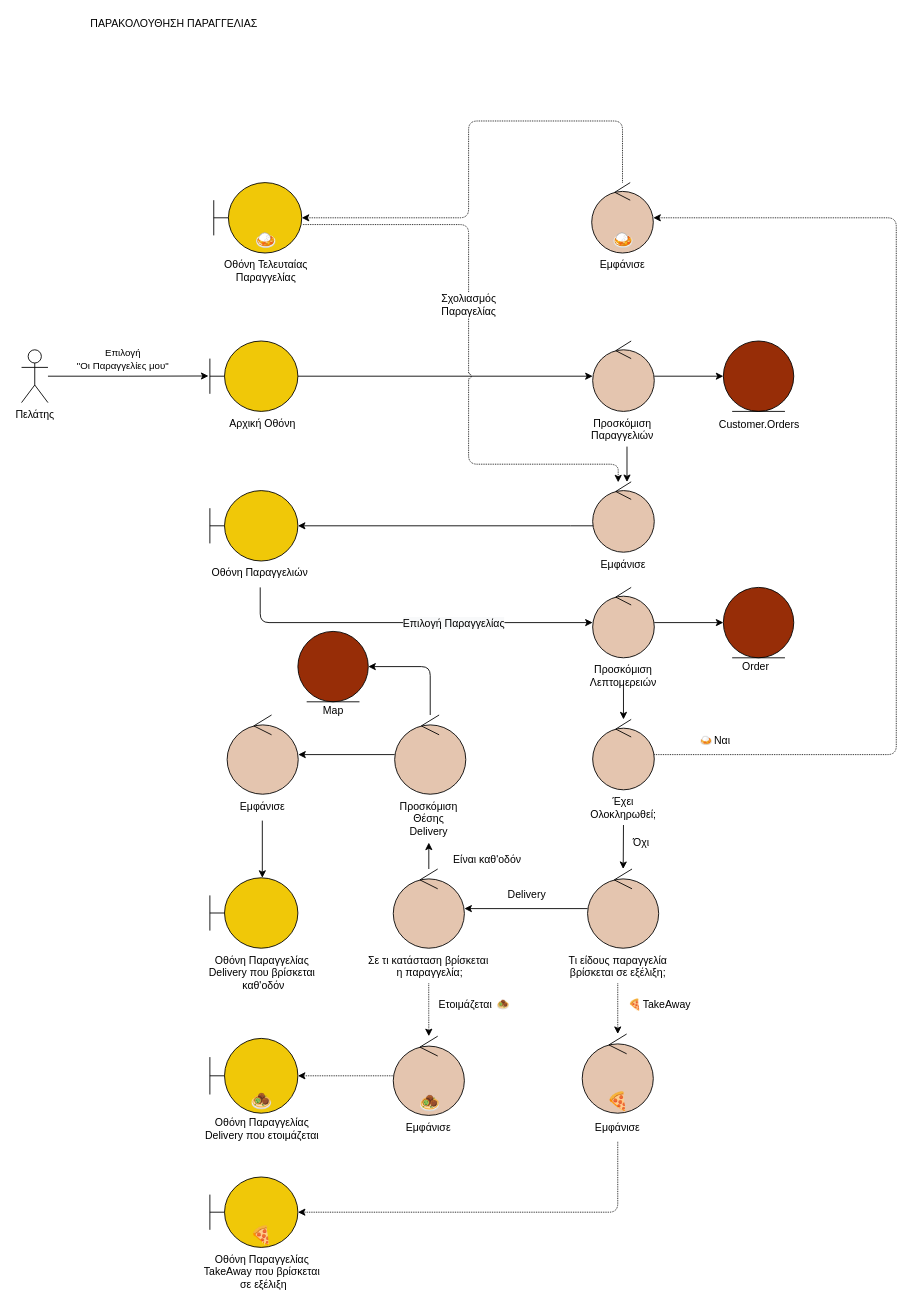
The draw.io diagram docs/contributions/itsikelis/Phase 5/After Order Revamp/robustness-v0.3-customer-after-order.drawio in iloudaros/nomnomr, before the edit. Source tidied: cells renumbered, new cells numbered last; positions are measured from the earlier drawing's top-left corner, leaving out a move shared by most shapes. Both pictures are drawn from the tidied source at 88%, with x=0, y=0 at pixel (21, 15).
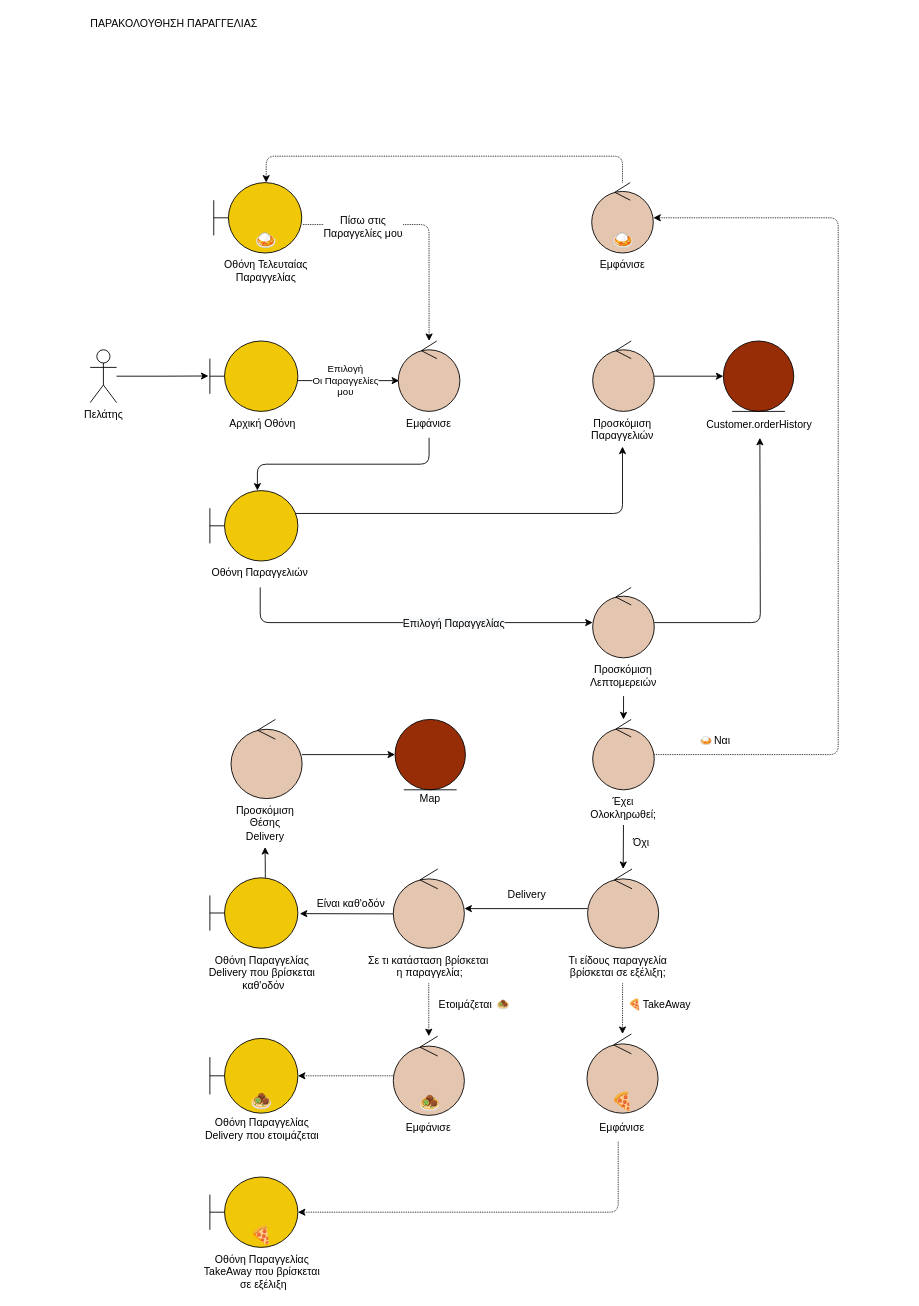
The same diagram, later.

Unchanged cells that the change refers to:
```xml
<mxCell id="2" style="rounded=0;jettySize=auto;html=1;entryX=-0.016;entryY=0.497;entryDx=0;entryDy=0;entryPerimeter=0;elbow=vertical;edgeStyle=orthogonalEdgeStyle;" parent="1" edge="1" source="4" target="6">
  <mxGeometry relative="1" as="geometry" />
</mxCell>
<mxCell id="6" style="shape=umlBoundary;whiteSpace=wrap;html=1;fillColor=#F0C808;strokeColor=#000000;" parent="1" vertex="1">
  <mxGeometry x="214" y="370" width="100" height="80" as="geometry" />
</mxCell>
<mxCell id="9" style="shape=umlBoundary;whiteSpace=wrap;html=1;fillColor=#F0C808;strokeColor=#000000;" parent="1" vertex="1">
  <mxGeometry x="214" y="540" width="100" height="80" as="geometry" />
</mxCell>
<mxCell id="15" style="ellipse;shape=umlControl;whiteSpace=wrap;html=1;fillColor=#E4C5AF;fontColor=#ffffff;strokeColor=#000000;" parent="1" vertex="1">
  <mxGeometry x="647.9" y="190" width="70" height="80" as="geometry" />
</mxCell>
<mxCell id="17" style="shape=umlBoundary;whiteSpace=wrap;html=1;fillColor=#F0C808;fontColor=#ffffff;strokeColor=#000000;" parent="1" vertex="1">
  <mxGeometry x="218.4" y="190" width="100" height="80" as="geometry" />
</mxCell>
<mxCell id="22" style="ellipse;shape=umlControl;whiteSpace=wrap;html=1;fillColor=#E4C5AF;" parent="1" vertex="1">
  <mxGeometry x="422.4" y="970" width="80.8" height="90" as="geometry" />
</mxCell>
<mxCell id="26" style="shape=umlBoundary;whiteSpace=wrap;html=1;fillColor=#F0C808;fontColor=#ffffff;strokeColor=#000000;" parent="1" vertex="1">
  <mxGeometry x="214" y="980" width="100" height="80" as="geometry" />
</mxCell>
<mxCell id="38" value="&lt;span style=&quot;font-family: helvetica; font-size: 12px; font-style: normal; font-weight: 400; letter-spacing: normal; text-indent: 0px; text-transform: none; word-spacing: 0px; display: inline; float: none;&quot;&gt;Τι είδους παραγγελία &lt;br&gt;βρίσκεται σε εξέλιξη;&lt;/span&gt;" style="text;whiteSpace=wrap;html=1;align=center;fontColor=default;labelBackgroundColor=none;" parent="1" vertex="1">
  <mxGeometry x="597.5" y="1060" width="160" height="40" as="geometry" />
</mxCell>
<mxCell id="42" style="ellipse;shape=umlControl;whiteSpace=wrap;html=1;fillColor=#E4C5AF;fontColor=#ffffff;strokeColor=#000000;" parent="1" vertex="1">
  <mxGeometry x="649" y="370" width="70" height="80" as="geometry" />
</mxCell>
<mxCell id="44" value="&lt;font face=&quot;helvetica&quot;&gt;Προσκόμιση&lt;br&gt;Παραγγελιών&lt;br&gt;&lt;/font&gt;" style="text;whiteSpace=wrap;html=1;align=center;fontColor=default;labelBackgroundColor=none;" parent="1" vertex="1">
  <mxGeometry x="642.9" y="450" width="80" height="40" as="geometry" />
</mxCell>
<mxCell id="47" style="ellipse;shape=umlControl;whiteSpace=wrap;html=1;fillColor=#E4C5AF;fontColor=#ffffff;strokeColor=#000000;" parent="1" vertex="1">
  <mxGeometry x="649" y="650" width="70" height="80" as="geometry" />
</mxCell>
<mxCell id="53" style="ellipse;shape=umlControl;whiteSpace=wrap;html=1;fillColor=#E4C5AF;fontColor=#ffffff;strokeColor=#000000;" parent="1" vertex="1">
  <mxGeometry x="649" y="800" width="70" height="80" as="geometry" />
</mxCell>
```

What changed in the source:
```diff
@@
-    <mxCell id="3" value="Επιλογή &lt;br&gt;&quot;Οι Παραγγελίες μου&quot;" style="edgeLabel;html=1;align=center;verticalAlign=middle;labelBackgroundColor=none;" parent="2" vertex="1">
-      <mxGeometry x="-0.35" y="1" relative="1" as="geometry">
-        <mxPoint x="25" y="-19" as="offset" />
-      </mxGeometry>
-    </mxCell>
     <mxCell id="4" value="Πελάτης" style="shape=umlActor;verticalLabelPosition=bottom;verticalAlign=top;html=1;" parent="1" vertex="1">
-      <mxGeometry y="380" width="30" height="60" as="geometry" />
+      <mxGeometry x="78" y="380" width="30" height="60" as="geometry" />
     </mxCell>
-    <mxCell id="5" style="rounded=1;jettySize=auto;html=1;elbow=vertical;edgeStyle=orthogonalEdgeStyle;" parent="1" edge="1" source="6" target="42">
+    <mxCell id="5" style="rounded=1;jettySize=auto;html=1;elbow=vertical;edgeStyle=orthogonalEdgeStyle;exitX=0.97;exitY=0.325;exitDx=0;exitDy=0;exitPerimeter=0;entryX=0.5;entryY=1;entryDx=0;entryDy=0;" parent="1" edge="1" source="9" target="44">
       <mxGeometry relative="1" as="geometry" />
     </mxCell>
+    <mxCell id="84" style="edgeStyle=orthogonalEdgeStyle;rounded=0;jettySize=auto;html=1;entryX=0.014;entryY=0.563;entryDx=0;entryDy=0;entryPerimeter=0;" parent="1" edge="1" source="6" target="8">
+      <mxGeometry relative="1" as="geometry">
+        <Array as="points">
+          <mxPoint x="358" y="415" />
+          <mxPoint x="358" y="415" />
+        </Array>
+      </mxGeometry>
+    </mxCell>
+    <mxCell id="85" value="Επιλογή&lt;br&gt;Οι Παραγγελίες &lt;br&gt;μου" style="edgeLabel;html=1;align=center;verticalAlign=middle;" parent="84" vertex="1">
+      <mxGeometry x="-0.07" y="1" relative="1" as="geometry">
+        <mxPoint x="-1" as="offset" />
+      </mxGeometry>
+    </mxCell>
@@
-    <mxCell id="7" style="rounded=0;jettySize=auto;html=1;elbow=vertical;edgeStyle=orthogonalEdgeStyle;" parent="1" edge="1" source="8" target="9">
+    <mxCell id="7" style="rounded=1;jettySize=auto;html=1;elbow=vertical;edgeStyle=orthogonalEdgeStyle;exitX=0.5;exitY=1;exitDx=0;exitDy=0;" parent="1" edge="1" source="31" target="9">
       <mxGeometry relative="1" as="geometry">
         <Array as="points">
-          <mxPoint x="624" y="580" />
-          <mxPoint x="624" y="580" />
+          <mxPoint x="463" y="510" />
+          <mxPoint x="268" y="510" />
         </Array>
       </mxGeometry>
     </mxCell>
     <mxCell id="8" style="ellipse;shape=umlControl;whiteSpace=wrap;html=1;fillColor=#E4C5AF;" parent="1" vertex="1">
-      <mxGeometry x="649" y="530" width="70" height="80" as="geometry" />
+      <mxGeometry x="428.1" y="370" width="70" height="80" as="geometry" />
     </mxCell>
@@
     <mxCell id="14" style="rounded=1;jettySize=auto;html=1;fillColor=#a20025;strokeColor=#000000;elbow=vertical;edgeStyle=orthogonalEdgeStyle;dashed=1;dashPattern=1 1;" parent="1" edge="1" source="15" target="17">
       <mxGeometry relative="1" as="geometry">
         <Array as="points">
-          <mxPoint x="683" y="120" />
-          <mxPoint x="508" y="120" />
+          <mxPoint x="683" y="160" />
+          <mxPoint x="278" y="160" />
         </Array>
       </mxGeometry>
     </mxCell>
@@
-    <mxCell id="16" value="Customer.Orders" style="text;html=1;align=center;verticalAlign=middle;strokeColor=none;fillColor=none;" parent="1" vertex="1">
-      <mxGeometry x="782.5" y="455" width="110" height="20" as="geometry" />
+    <mxCell id="16" value="Customer.orderHistory" style="text;html=1;align=center;verticalAlign=middle;strokeColor=none;fillColor=none;" parent="1" vertex="1">
+      <mxGeometry x="767.5" y="455" width="140" height="20" as="geometry" />
     </mxCell>
@@
-    <mxCell id="21" style="edgeStyle=orthogonalEdgeStyle;rounded=1;jumpStyle=arc;jettySize=auto;html=1;" parent="1" edge="1" source="22" target="66">
-      <mxGeometry relative="1" as="geometry" />
+    <mxCell id="21" style="edgeStyle=orthogonalEdgeStyle;rounded=1;jumpStyle=arc;jettySize=auto;html=1;entryX=1.022;entryY=0.509;entryDx=0;entryDy=0;entryPerimeter=0;" parent="1" edge="1" source="22" target="26">
+      <mxGeometry relative="1" as="geometry">
+        <Array as="points">
+          <mxPoint x="388" y="1021" />
+          <mxPoint x="388" y="1021" />
+        </Array>
+      </mxGeometry>
     </mxCell>
@@
+    <mxCell id="86" style="edgeStyle=orthogonalEdgeStyle;rounded=1;jettySize=auto;html=1;entryX=0.5;entryY=1;entryDx=0;entryDy=0;" parent="1" edge="1" source="26" target="66">
+      <mxGeometry relative="1" as="geometry">
+        <Array as="points">
+          <mxPoint x="277" y="970" />
+          <mxPoint x="277" y="970" />
+        </Array>
+      </mxGeometry>
+    </mxCell>
@@
     <mxCell id="27" value="Είναι καθ'οδόν" style="text;html=1;align=center;verticalAlign=middle;strokeColor=none;fillColor=none;fontColor=#000000;" parent="1" vertex="1">
-      <mxGeometry x="484" y="950" width="90" height="20" as="geometry" />
+      <mxGeometry x="329" y="1000" width="90" height="20" as="geometry" />
     </mxCell>
@@
     <mxCell id="31" value="&lt;span style=&quot;font-family: helvetica; font-size: 12px; font-style: normal; font-weight: 400; letter-spacing: normal; text-indent: 0px; text-transform: none; word-spacing: 0px; display: inline; float: none;&quot;&gt;Εμφάνισε&lt;/span&gt;" style="text;whiteSpace=wrap;html=1;align=center;fontColor=default;labelBackgroundColor=none;" parent="1" vertex="1">
-      <mxGeometry x="644" y="610" width="80" height="30" as="geometry" />
+      <mxGeometry x="423.1" y="450" width="80" height="30" as="geometry" />
     </mxCell>
@@
     <mxCell id="37" style="edgeStyle=orthogonalEdgeStyle;rounded=1;jumpStyle=arc;jettySize=auto;html=1;dashed=1;dashPattern=1 1;" parent="1" edge="1" source="38" target="60">
-      <mxGeometry relative="1" as="geometry" />
+      <mxGeometry relative="1" as="geometry">
+        <Array as="points">
+          <mxPoint x="683" y="1110" />
+          <mxPoint x="683" y="1110" />
+        </Array>
+      </mxGeometry>
     </mxCell>
@@
-    <mxCell id="43" style="edgeStyle=orthogonalEdgeStyle;rounded=1;jumpStyle=arc;jettySize=auto;html=1;" parent="1" edge="1" source="44" target="8">
-      <mxGeometry relative="1" as="geometry">
-        <Array as="points">
-          <mxPoint x="688" y="510" />
-          <mxPoint x="688" y="510" />
-        </Array>
-      </mxGeometry>
-    </mxCell>
@@
-    <mxCell id="46" style="edgeStyle=orthogonalEdgeStyle;rounded=1;jumpStyle=arc;jettySize=auto;html=1;" parent="1" edge="1" source="47" target="50">
-      <mxGeometry relative="1" as="geometry" />
+    <mxCell id="46" style="edgeStyle=orthogonalEdgeStyle;rounded=1;jumpStyle=arc;jettySize=auto;html=1;" parent="1" edge="1" source="47">
+      <mxGeometry relative="1" as="geometry">
+        <mxPoint x="839" y="480" as="targetPoint" />
+      </mxGeometry>
     </mxCell>
@@
-    <mxCell id="48" style="edgeStyle=orthogonalEdgeStyle;rounded=1;jumpStyle=arc;jettySize=auto;html=1;" parent="1" edge="1" source="49" target="53">
+    <mxCell id="48" style="edgeStyle=orthogonalEdgeStyle;rounded=1;jumpStyle=arc;jettySize=auto;html=1;exitX=0.501;exitY=1.088;exitDx=0;exitDy=0;exitPerimeter=0;" parent="1" edge="1" source="49" target="53">
       <mxGeometry relative="1" as="geometry" />
     </mxCell>
     <mxCell id="49" value="&lt;font face=&quot;helvetica&quot;&gt;Προσκόμιση&lt;br&gt;Λεπτομερειών&lt;br&gt;&lt;/font&gt;" style="text;whiteSpace=wrap;html=1;align=center;fontColor=default;labelBackgroundColor=none;" parent="1" vertex="1">
-      <mxGeometry x="644" y="730" width="80" height="30" as="geometry" />
+      <mxGeometry x="644" y="730" width="80" height="40" as="geometry" />
     </mxCell>
-    <mxCell id="50" style="ellipse;shape=umlEntity;whiteSpace=wrap;html=1;fillColor=#972D07;" parent="1" vertex="1">
-      <mxGeometry x="797.5" y="650" width="80" height="80" as="geometry" />
-    </mxCell>
-    <mxCell id="51" value="Order" style="text;html=1;align=center;verticalAlign=middle;strokeColor=none;fillColor=none;" parent="1" vertex="1">
-      <mxGeometry x="809" y="730" width="50" height="20" as="geometry" />
-    </mxCell>
     <mxCell id="52" style="edgeStyle=orthogonalEdgeStyle;rounded=1;jumpStyle=arc;jettySize=auto;html=1;dashed=1;dashPattern=1 1;" parent="1" edge="1" source="53" target="15">
       <mxGeometry relative="1" as="geometry">
         <Array as="points">
-          <mxPoint x="994" y="840" />
-          <mxPoint x="994" y="230" />
+          <mxPoint x="928" y="840" />
+          <mxPoint x="928" y="230" />
         </Array>
       </mxGeometry>
     </mxCell>
@@
     <mxCell id="60" style="ellipse;shape=umlControl;whiteSpace=wrap;html=1;fillColor=#E4C5AF;" parent="1" vertex="1">
-      <mxGeometry x="637.1" y="1157.5" width="80.8" height="90" as="geometry" />
+      <mxGeometry x="642.5" y="1157.5" width="80.8" height="90" as="geometry" />
     </mxCell>
     <mxCell id="61" value="&lt;font face=&quot;helvetica&quot;&gt;Εμφάνισε&lt;/font&gt;" style="text;whiteSpace=wrap;html=1;fontColor=default;align=center;labelBackgroundColor=none;" parent="1" vertex="1">
-      <mxGeometry x="626.9" y="1250" width="101.2" height="30" as="geometry" />
+      <mxGeometry x="632.3" y="1250" width="101.2" height="30" as="geometry" />
     </mxCell>
@@
     <mxCell id="63" style="edgeStyle=orthogonalEdgeStyle;rounded=1;jumpStyle=arc;jettySize=auto;html=1;" parent="1" edge="1" source="65" target="67">
       <mxGeometry relative="1" as="geometry">
         <Array as="points">
-          <mxPoint x="464" y="740" />
+          <mxPoint x="378" y="840" />
+          <mxPoint x="378" y="840" />
         </Array>
       </mxGeometry>
     </mxCell>
-    <mxCell id="64" style="edgeStyle=orthogonalEdgeStyle;rounded=1;jumpStyle=arc;jettySize=auto;html=1;" parent="1" edge="1" source="65" target="69">
-      <mxGeometry relative="1" as="geometry" />
-    </mxCell>
     <mxCell id="65" style="ellipse;shape=umlControl;whiteSpace=wrap;html=1;fillColor=#E4C5AF;" parent="1" vertex="1">
-      <mxGeometry x="424" y="795" width="80.8" height="90" as="geometry" />
+      <mxGeometry x="238" y="800" width="80.8" height="90" as="geometry" />
     </mxCell>
     <mxCell id="66" value="&lt;font face=&quot;helvetica&quot;&gt;Προσκόμιση&lt;br&gt;Θέσης&lt;br&gt;Delivery&lt;br&gt;&lt;/font&gt;" style="text;whiteSpace=wrap;html=1;align=center;fontColor=default;labelBackgroundColor=none;" parent="1" vertex="1">
-      <mxGeometry x="422.8" y="885" width="80" height="55" as="geometry" />
+      <mxGeometry x="236.7" y="890" width="80" height="55" as="geometry" />
     </mxCell>
     <mxCell id="67" style="ellipse;shape=umlEntity;whiteSpace=wrap;html=1;fillColor=#972D07;" parent="1" vertex="1">
-      <mxGeometry x="314" y="700" width="80" height="80" as="geometry" />
+      <mxGeometry x="424.4" y="800" width="80" height="80" as="geometry" />
     </mxCell>
     <mxCell id="68" value="Map" style="text;html=1;align=center;verticalAlign=middle;strokeColor=none;fillColor=none;" parent="1" vertex="1">
-      <mxGeometry x="334" y="780" width="40" height="20" as="geometry" />
+      <mxGeometry x="444.4" y="880" width="40" height="20" as="geometry" />
     </mxCell>
-    <mxCell id="69" style="ellipse;shape=umlControl;whiteSpace=wrap;html=1;fillColor=#E4C5AF;" parent="1" vertex="1">
-      <mxGeometry x="233.6" y="795" width="80.8" height="90" as="geometry" />
-    </mxCell>
-    <mxCell id="70" style="edgeStyle=orthogonalEdgeStyle;rounded=1;jumpStyle=arc;jettySize=auto;html=1;" parent="1" edge="1" source="71" target="26">
-      <mxGeometry relative="1" as="geometry">
-        <Array as="points">
-          <mxPoint x="274" y="970" />
-          <mxPoint x="274" y="970" />
-        </Array>
-      </mxGeometry>
-    </mxCell>
-    <mxCell id="71" value="&lt;font face=&quot;helvetica&quot;&gt;Εμφάνισε&lt;br&gt;&lt;/font&gt;" style="text;whiteSpace=wrap;html=1;align=center;fontColor=default;labelBackgroundColor=none;" parent="1" vertex="1">
-      <mxGeometry x="233.6" y="885" width="80" height="30" as="geometry" />
-    </mxCell>
-    <mxCell id="72" style="edgeStyle=orthogonalEdgeStyle;rounded=1;jumpStyle=arc;orthogonalLoop=1;jettySize=auto;html=1;exitX=0.5;exitY=1;exitDx=0;exitDy=0;dashed=1;dashPattern=1 2;" parent="1" edge="1" source="71" target="71">
-      <mxGeometry relative="1" as="geometry" />
+    <mxCell id="72" style="edgeStyle=orthogonalEdgeStyle;rounded=1;jumpStyle=arc;orthogonalLoop=1;jettySize=auto;html=1;exitX=0.5;exitY=1;exitDx=0;exitDy=0;dashed=1;dashPattern=1 2;" parent="1" edge="1">
+      <mxGeometry relative="1" as="geometry">
+        <mxPoint x="273.6" y="915" as="sourcePoint" />
+        <mxPoint x="273.6" y="915" as="targetPoint" />
+      </mxGeometry>
     </mxCell>
     <mxCell id="73" style="rounded=1;jettySize=auto;html=1;elbow=vertical;edgeStyle=orthogonalEdgeStyle;exitX=1.013;exitY=0.596;exitDx=0;exitDy=0;exitPerimeter=0;jumpStyle=arc;dashed=1;dashPattern=1 1;" parent="1" edge="1" source="17" target="8">
       <mxGeometry relative="1" as="geometry">
         <Array as="points">
-          <mxPoint x="508" y="238" />
-          <mxPoint x="508" y="510" />
-          <mxPoint x="678" y="510" />
+          <mxPoint x="463" y="238" />
         </Array>
       </mxGeometry>
     </mxCell>
-    <mxCell id="74" value="&lt;span style=&quot;font-size: 12px;&quot;&gt;Σχολιασμός&lt;/span&gt;&lt;br style=&quot;font-size: 12px;&quot;&gt;&lt;span style=&quot;font-size: 12px;&quot;&gt;Παραγελίας&lt;/span&gt;" style="edgeLabel;html=1;align=center;verticalAlign=middle;labelBackgroundColor=default;" parent="73" vertex="1">
+    <mxCell id="74" value="&lt;span style=&quot;font-size: 12px;&quot;&gt;Πίσω στις &lt;br&gt;Παραγγελίες μου&lt;/span&gt;" style="edgeLabel;html=1;align=center;verticalAlign=middle;labelBackgroundColor=default;" parent="73" vertex="1">
       <mxGeometry x="-0.3" relative="1" as="geometry">
-        <mxPoint x="-1" y="51" as="offset" />
+        <mxPoint x="-28" y="2" as="offset" />
       </mxGeometry>
     </mxCell>
@@
     <mxCell id="78" value="🍕" style="text;whiteSpace=wrap;html=1;align=center;verticalAlign=middle;fontSize=20;" parent="1" vertex="1">
-      <mxGeometry x="657.5" y="1217.5" width="40" height="30" as="geometry" />
+      <mxGeometry x="662.9" y="1217.5" width="40" height="30" as="geometry" />
     </mxCell>
```
